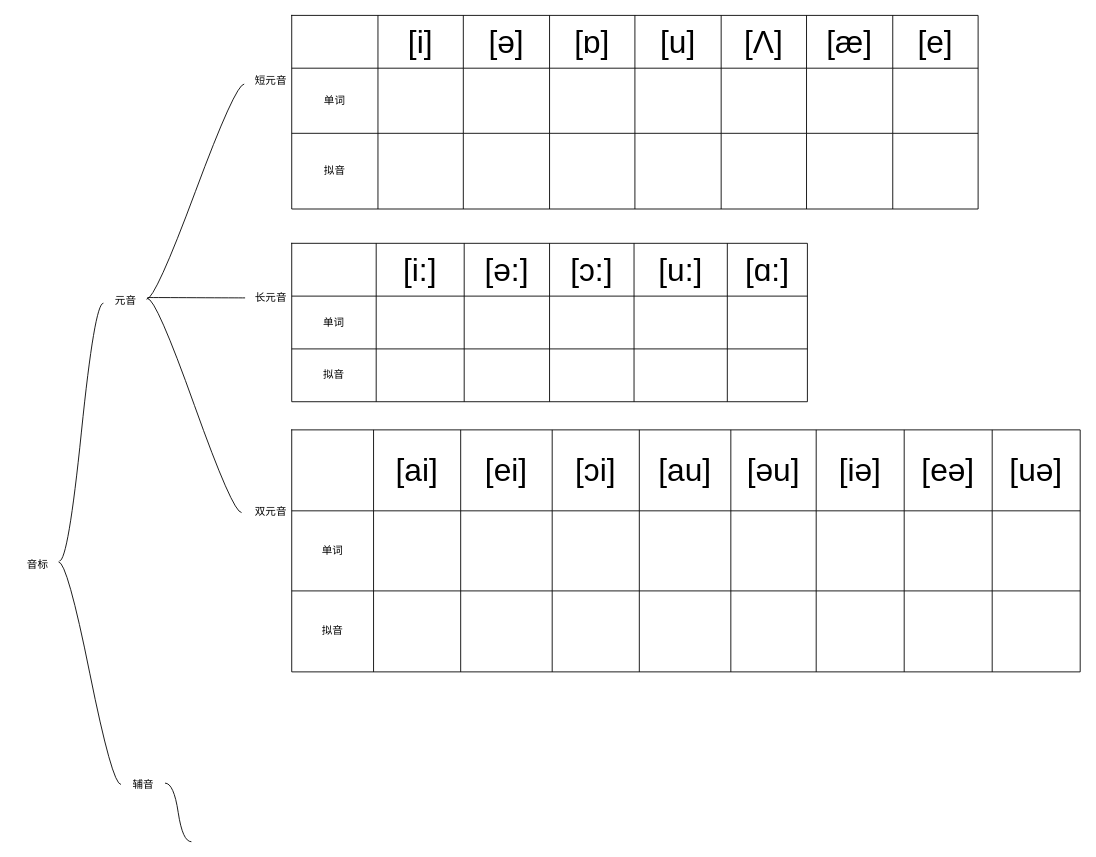
gituserc123/HelloWorld keeps this draw.io diagram as page "第 2 页" (2 of 2) of 未命名表单.drawio. Above is the earlier version. Source tidied: cells renumbered, new cells numbered last; positions are measured from the earlier drawing's top-left corner, leaving out a move shared by most shapes. Both pictures are drawn from the tidied source at 88%, with x=0, y=0 at pixel (15, 15).
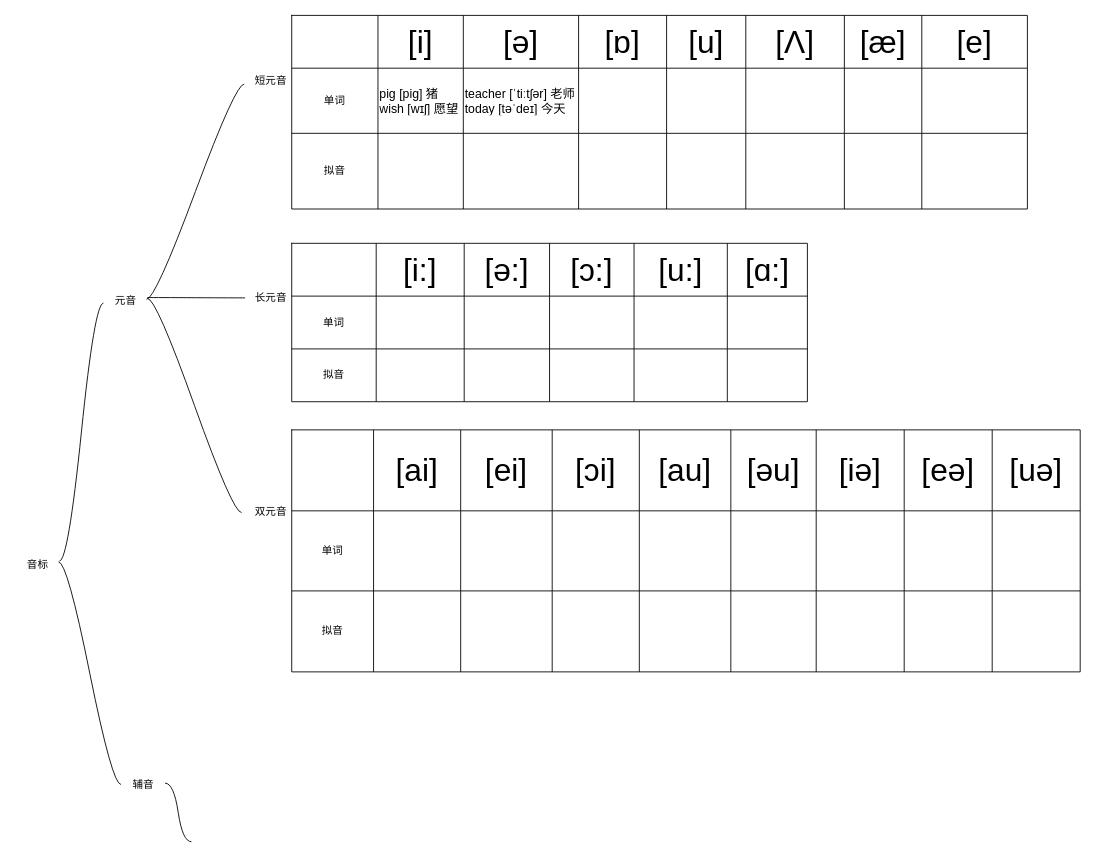
Above is the later version.

Commit message (it also covers changes not shown here):
更新未命名表单.drawio

The edit, as a diff of the source:
```diff
@@
     <mxCell id="14" style="shape=table;startSize=0;childLayout=tableLayout;" parent="1" vertex="1">
-      <mxGeometry x="314" width="780" height="220" as="geometry" />
+      <mxGeometry x="314" width="836" height="220" as="geometry" />
     </mxCell>
     <mxCell id="15" style="shape=tableRow;horizontal=0;startSize=0;swimlaneHead=0;swimlaneBody=0;strokeColor=inherit;top=0;left=0;bottom=0;right=0;fillColor=none;" parent="14" vertex="1">
-      <mxGeometry width="780" height="60" as="geometry" />
+      <mxGeometry width="836" height="60" as="geometry" />
     </mxCell>
@@
     <mxCell id="18" value="&lt;font style=&quot;font-size: 36px;&quot;&gt;[ə]&lt;/font&gt;" style="shape=partialRectangle;html=1;whiteSpace=wrap;strokeColor=inherit;overflow=hidden;fillColor=none;top=0;left=0;bottom=0;right=0;" parent="15" vertex="1">
-      <mxGeometry x="195" width="98" height="60" as="geometry" />
+      <mxGeometry x="195" width="131" height="60" as="geometry" />
     </mxCell>
     <mxCell id="19" value="&lt;font style=&quot;font-size: 36px;&quot;&gt;[ɒ]&lt;/font&gt;" style="shape=partialRectangle;html=1;whiteSpace=wrap;strokeColor=inherit;overflow=hidden;fillColor=none;top=0;left=0;bottom=0;right=0;" parent="15" vertex="1">
-      <mxGeometry x="293" width="97" height="60" as="geometry" />
+      <mxGeometry x="326" width="100" height="60" as="geometry" />
     </mxCell>
     <mxCell id="20" value="&lt;font style=&quot;font-size: 36px;&quot;&gt;[u]&lt;/font&gt;" style="shape=partialRectangle;html=1;whiteSpace=wrap;strokeColor=inherit;overflow=hidden;fillColor=none;top=0;left=0;bottom=0;right=0;" parent="15" vertex="1">
-      <mxGeometry x="390" width="98" height="60" as="geometry" />
+      <mxGeometry x="426" width="90" height="60" as="geometry" />
     </mxCell>
     <mxCell id="21" value="&lt;font style=&quot;font-size: 36px;&quot;&gt;[Λ]&lt;/font&gt;" style="shape=partialRectangle;html=1;whiteSpace=wrap;strokeColor=inherit;overflow=hidden;fillColor=none;top=0;left=0;bottom=0;right=0;" parent="15" vertex="1">
-      <mxGeometry x="488" width="97" height="60" as="geometry" />
+      <mxGeometry x="516" width="112" height="60" as="geometry" />
     </mxCell>
     <mxCell id="22" value="&lt;font style=&quot;font-size: 36px;&quot;&gt;[æ]&lt;/font&gt;" style="shape=partialRectangle;html=1;whiteSpace=wrap;strokeColor=inherit;overflow=hidden;fillColor=none;top=0;left=0;bottom=0;right=0;" parent="15" vertex="1">
-      <mxGeometry x="585" width="98" height="60" as="geometry" />
+      <mxGeometry x="628" width="88" height="60" as="geometry" />
     </mxCell>
     <mxCell id="23" value="&lt;font style=&quot;font-size: 36px;&quot;&gt;[e]&lt;/font&gt;" style="shape=partialRectangle;html=1;whiteSpace=wrap;strokeColor=inherit;overflow=hidden;fillColor=none;top=0;left=0;bottom=0;right=0;" parent="15" vertex="1">
-      <mxGeometry x="683" width="97" height="60" as="geometry" />
+      <mxGeometry x="716" width="120" height="60" as="geometry" />
     </mxCell>
     <mxCell id="24" style="shape=tableRow;horizontal=0;startSize=0;swimlaneHead=0;swimlaneBody=0;strokeColor=inherit;top=0;left=0;bottom=0;right=0;fillColor=none;" parent="14" vertex="1">
-      <mxGeometry y="60" width="780" height="74" as="geometry" />
+      <mxGeometry y="60" width="836" height="74" as="geometry" />
     </mxCell>
@@
-    <mxCell id="26" style="shape=partialRectangle;html=1;whiteSpace=wrap;strokeColor=inherit;overflow=hidden;fillColor=none;top=0;left=0;bottom=0;right=0;" parent="24" vertex="1">
+    <mxCell id="26" value="&lt;font style=&quot;font-size: 14px;&quot;&gt;pig [piɡ] 猪&lt;br&gt;wish [wɪʃ] 愿望&lt;/font&gt;" style="shape=partialRectangle;html=1;whiteSpace=wrap;strokeColor=inherit;overflow=hidden;fillColor=none;top=0;left=0;bottom=0;right=0;align=left;" parent="24" vertex="1">
       <mxGeometry x="98" width="97" height="74" as="geometry" />
     </mxCell>
-    <mxCell id="27" style="shape=partialRectangle;html=1;whiteSpace=wrap;strokeColor=inherit;overflow=hidden;fillColor=none;top=0;left=0;bottom=0;right=0;" parent="24" vertex="1">
-      <mxGeometry x="195" width="98" height="74" as="geometry" />
+    <mxCell id="27" value="&lt;div&gt;&lt;font style=&quot;font-size: 14px;&quot;&gt;teacher [ˈtiːtʃər] 老师&lt;/font&gt;&lt;/div&gt;&lt;div&gt;&lt;font style=&quot;font-size: 14px;&quot;&gt;today [təˈdeɪ] 今天&lt;/font&gt;&lt;/div&gt;" style="shape=partialRectangle;html=1;whiteSpace=wrap;strokeColor=inherit;overflow=hidden;fillColor=none;top=0;left=0;bottom=0;right=0;align=left;" parent="24" vertex="1">
+      <mxGeometry x="195" width="131" height="74" as="geometry" />
     </mxCell>
     <mxCell id="28" style="shape=partialRectangle;html=1;whiteSpace=wrap;strokeColor=inherit;overflow=hidden;fillColor=none;top=0;left=0;bottom=0;right=0;" parent="24" vertex="1">
-      <mxGeometry x="293" width="97" height="74" as="geometry" />
+      <mxGeometry x="326" width="100" height="74" as="geometry" />
     </mxCell>
     <mxCell id="29" style="shape=partialRectangle;html=1;whiteSpace=wrap;strokeColor=inherit;overflow=hidden;fillColor=none;top=0;left=0;bottom=0;right=0;" parent="24" vertex="1">
-      <mxGeometry x="390" width="98" height="74" as="geometry" />
+      <mxGeometry x="426" width="90" height="74" as="geometry" />
     </mxCell>
     <mxCell id="30" style="shape=partialRectangle;html=1;whiteSpace=wrap;strokeColor=inherit;overflow=hidden;fillColor=none;top=0;left=0;bottom=0;right=0;" parent="24" vertex="1">
-      <mxGeometry x="488" width="97" height="74" as="geometry" />
+      <mxGeometry x="516" width="112" height="74" as="geometry" />
     </mxCell>
     <mxCell id="31" style="shape=partialRectangle;html=1;whiteSpace=wrap;strokeColor=inherit;overflow=hidden;fillColor=none;top=0;left=0;bottom=0;right=0;" parent="24" vertex="1">
-      <mxGeometry x="585" width="98" height="74" as="geometry" />
+      <mxGeometry x="628" width="88" height="74" as="geometry" />
     </mxCell>
     <mxCell id="32" style="shape=partialRectangle;html=1;whiteSpace=wrap;strokeColor=inherit;overflow=hidden;fillColor=none;top=0;left=0;bottom=0;right=0;" parent="24" vertex="1">
-      <mxGeometry x="683" width="97" height="74" as="geometry" />
+      <mxGeometry x="716" width="120" height="74" as="geometry" />
     </mxCell>
     <mxCell id="33" style="shape=tableRow;horizontal=0;startSize=0;swimlaneHead=0;swimlaneBody=0;strokeColor=inherit;top=0;left=0;bottom=0;right=0;fillColor=none;" parent="14" vertex="1">
-      <mxGeometry y="134" width="780" height="86" as="geometry" />
+      <mxGeometry y="134" width="836" height="86" as="geometry" />
     </mxCell>
@@
     <mxCell id="36" style="shape=partialRectangle;html=1;whiteSpace=wrap;strokeColor=inherit;overflow=hidden;fillColor=none;top=0;left=0;bottom=0;right=0;" parent="33" vertex="1">
-      <mxGeometry x="195" width="98" height="86" as="geometry" />
+      <mxGeometry x="195" width="131" height="86" as="geometry" />
     </mxCell>
     <mxCell id="37" style="shape=partialRectangle;html=1;whiteSpace=wrap;strokeColor=inherit;overflow=hidden;fillColor=none;top=0;left=0;bottom=0;right=0;" parent="33" vertex="1">
-      <mxGeometry x="293" width="97" height="86" as="geometry" />
+      <mxGeometry x="326" width="100" height="86" as="geometry" />
     </mxCell>
     <mxCell id="38" style="shape=partialRectangle;html=1;whiteSpace=wrap;strokeColor=inherit;overflow=hidden;fillColor=none;top=0;left=0;bottom=0;right=0;" parent="33" vertex="1">
-      <mxGeometry x="390" width="98" height="86" as="geometry" />
+      <mxGeometry x="426" width="90" height="86" as="geometry" />
     </mxCell>
     <mxCell id="39" style="shape=partialRectangle;html=1;whiteSpace=wrap;strokeColor=inherit;overflow=hidden;fillColor=none;top=0;left=0;bottom=0;right=0;" parent="33" vertex="1">
-      <mxGeometry x="488" width="97" height="86" as="geometry" />
+      <mxGeometry x="516" width="112" height="86" as="geometry" />
     </mxCell>
     <mxCell id="40" style="shape=partialRectangle;html=1;whiteSpace=wrap;strokeColor=inherit;overflow=hidden;fillColor=none;top=0;left=0;bottom=0;right=0;" parent="33" vertex="1">
-      <mxGeometry x="585" width="98" height="86" as="geometry" />
+      <mxGeometry x="628" width="88" height="86" as="geometry" />
     </mxCell>
     <mxCell id="41" style="shape=partialRectangle;html=1;whiteSpace=wrap;strokeColor=inherit;overflow=hidden;fillColor=none;top=0;left=0;bottom=0;right=0;" parent="33" vertex="1">
-      <mxGeometry x="683" width="97" height="86" as="geometry" />
+      <mxGeometry x="716" width="120" height="86" as="geometry" />
     </mxCell>
```
